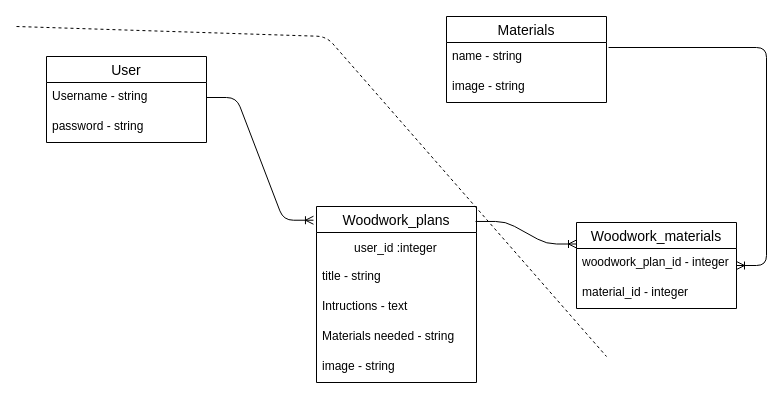
Above: Untitled Diagram.drawio in Reid-Finn/Sinatra_woodwork_now (draw.io), before the change. Source tidied: cells renumbered, new cells numbered last; positions are measured from the earlier drawing's top-left corner, leaving out a move shared by most shapes. Both pictures are drawn from the tidied source at 100%, with x=0, y=0 at pixel (16, 16).
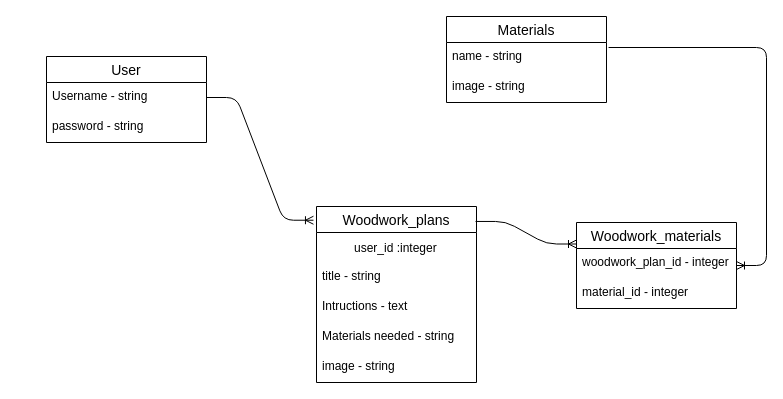
The same page after the edit.

The edit, as a diff of the source:
```diff
@@
-    <mxCell id="23" style="endArrow=none;dashed=1;html=1;" parent="1" edge="1">
-      <mxGeometry relative="1" as="geometry">
-        <mxPoint y="10" as="sourcePoint" />
-        <mxPoint x="590" y="340" as="targetPoint" />
-        <Array as="points">
-          <mxPoint x="310" y="20" />
-        </Array>
-      </mxGeometry>
-    </mxCell>
```
